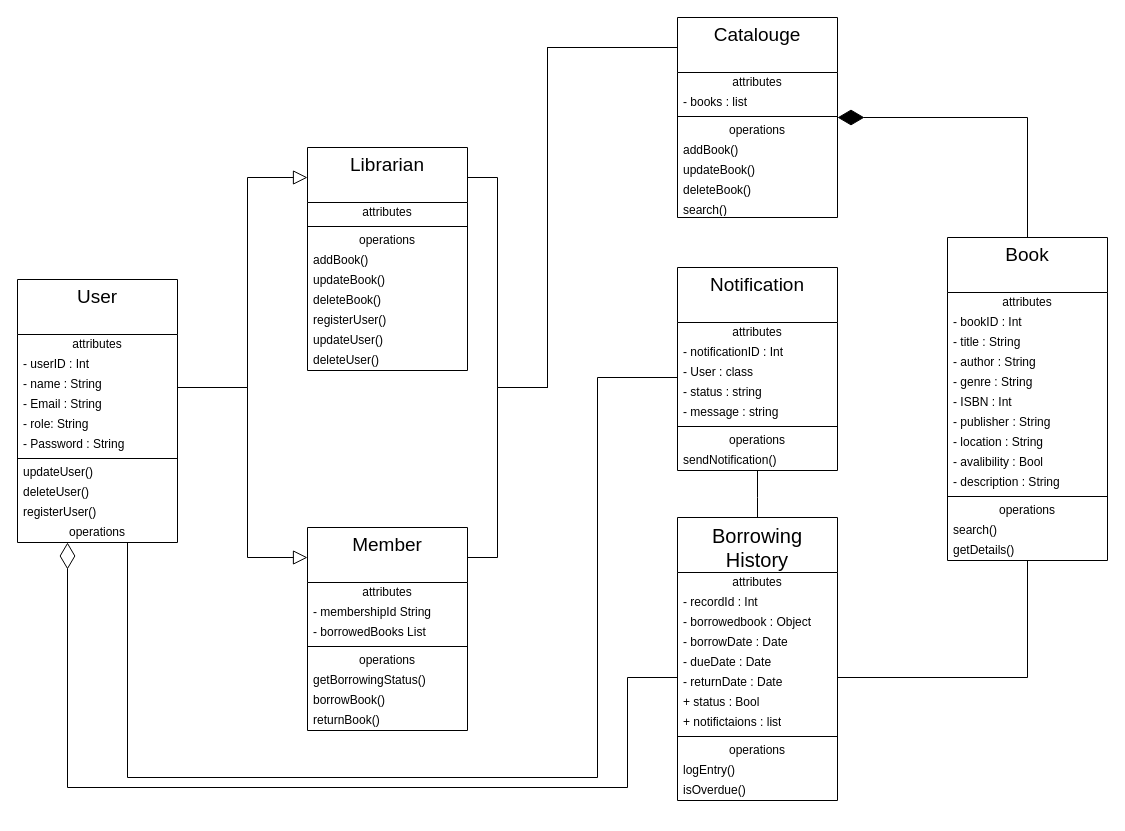
Before: LibraryManagementSystem/documents/LMS Class diagram.dio in mytinycloud/LMS, a draw.io diagram. Source tidied: cells renumbered, new cells numbered last; positions are measured from the earlier drawing's top-left corner, leaving out a move shared by most shapes. Both pictures are drawn from the tidied source at 100%, with x=0, y=0 at pixel (17, 17).
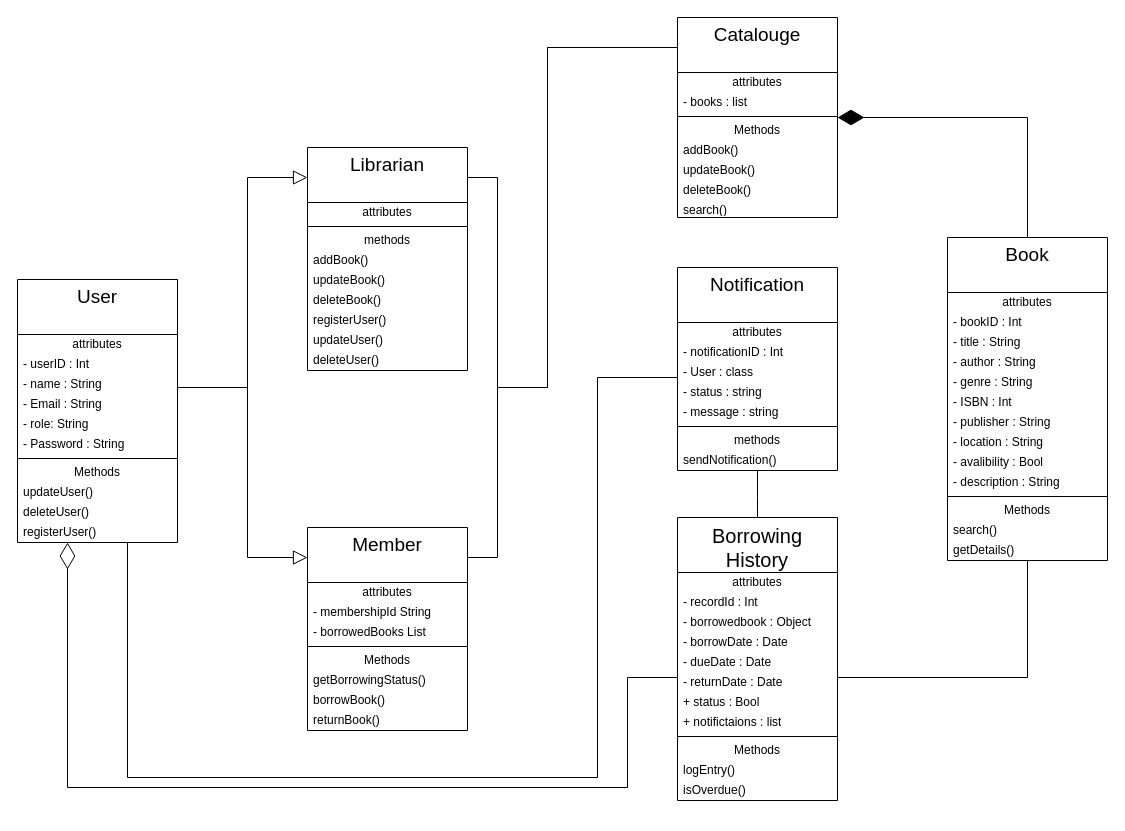
After the change.

The change refers to these unchanged cells:
```xml
<mxCell id="2" value="&lt;font style=&quot;font-size: 19px;&quot;&gt;User&lt;/font&gt;" style="swimlane;fontStyle=0;align=center;verticalAlign=top;horizontal=1;startSize=55;html=1;whiteSpace=wrap;rounded=0;" parent="1" vertex="1">
  <mxGeometry y="262" width="160" height="263" as="geometry" />
</mxCell>
<mxCell id="14" value="&lt;font style=&quot;font-size: 19px;&quot;&gt;Member&lt;/font&gt;" style="swimlane;fontStyle=0;align=center;verticalAlign=top;horizontal=1;startSize=55;html=1;whiteSpace=wrap;rounded=0;" parent="1" vertex="1">
  <mxGeometry x="290" y="510" width="160" height="203" as="geometry" />
</mxCell>
<mxCell id="23" value="&lt;font style=&quot;font-size: 19px;&quot;&gt;Librarian&lt;/font&gt;" style="swimlane;fontStyle=0;align=center;verticalAlign=top;horizontal=1;startSize=55;html=1;whiteSpace=wrap;rounded=0;" parent="1" vertex="1">
  <mxGeometry x="290" y="130" width="160" height="223" as="geometry" />
</mxCell>
<mxCell id="33" value="&lt;font style=&quot;font-size: 19px;&quot;&gt;Book&lt;/font&gt;" style="swimlane;fontStyle=0;align=center;verticalAlign=top;horizontal=1;startSize=55;html=1;whiteSpace=wrap;rounded=0;" parent="1" vertex="1">
  <mxGeometry x="930" y="220" width="160" height="323" as="geometry" />
</mxCell>
<mxCell id="48" value="&lt;div&gt;&lt;span style=&quot;font-size: 19px;&quot;&gt;Catalouge&lt;/span&gt;&lt;/div&gt;" style="swimlane;fontStyle=0;align=center;verticalAlign=top;horizontal=1;startSize=55;html=1;whiteSpace=wrap;rounded=0;" parent="1" vertex="1">
  <mxGeometry x="660" width="160" height="200" as="geometry" />
</mxCell>
<mxCell id="57" value="&lt;font style=&quot;font-size: 19px;&quot;&gt;Notification&lt;/font&gt;" style="swimlane;fontStyle=0;align=center;verticalAlign=top;horizontal=1;startSize=55;html=1;whiteSpace=wrap;rounded=0;" parent="1" vertex="1">
  <mxGeometry x="660" y="250" width="160" height="203" as="geometry" />
</mxCell>
<mxCell id="66" value="&lt;span style=&quot;font-family: sans-serif; font-size: 20px; text-align: start; white-space: pre; background-color: rgb(255, 255, 255);&quot;&gt;Borrowing&lt;/span&gt;&lt;div&gt;&lt;span style=&quot;font-family: sans-serif; font-size: 20px; text-align: start; white-space: pre; background-color: rgb(255, 255, 255);&quot;&gt; History &lt;/span&gt;&lt;/div&gt;" style="swimlane;fontStyle=0;align=center;verticalAlign=top;horizontal=1;startSize=55;html=1;whiteSpace=wrap;rounded=0;" parent="1" vertex="1">
  <mxGeometry x="660" y="500" width="160" height="283" as="geometry" />
</mxCell>
```

What changed in the source:
```diff
@@
+    <mxCell id="13" value="Methods" style="text;html=1;strokeColor=none;fillColor=none;align=center;verticalAlign=middle;spacingLeft=4;spacingRight=4;overflow=hidden;whiteSpace=wrap;rounded=0;" parent="2" vertex="1">
+      <mxGeometry y="183" width="160" height="20" as="geometry" />
+    </mxCell>
     <mxCell id="10" value="updateUser()" style="text;html=1;strokeColor=none;fillColor=none;align=left;verticalAlign=middle;spacingLeft=4;spacingRight=4;overflow=hidden;whiteSpace=wrap;rounded=0;" parent="2" vertex="1">
-      <mxGeometry y="183" width="160" height="20" as="geometry" />
+      <mxGeometry y="203" width="160" height="20" as="geometry" />
     </mxCell>
     <mxCell id="11" value="&lt;span style=&quot;color: rgb(0, 0, 0);&quot;&gt;deleteUser()&lt;/span&gt;" style="text;html=1;strokeColor=none;fillColor=none;align=left;verticalAlign=middle;spacingLeft=4;spacingRight=4;overflow=hidden;whiteSpace=wrap;rounded=0;" parent="2" vertex="1">
-      <mxGeometry y="203" width="160" height="20" as="geometry" />
+      <mxGeometry y="223" width="160" height="20" as="geometry" />
     </mxCell>
     <mxCell id="12" value="&lt;span style=&quot;color: rgb(0, 0, 0);&quot;&gt;registerUser()&lt;/span&gt;" style="text;html=1;strokeColor=none;fillColor=none;align=left;verticalAlign=middle;spacingLeft=4;spacingRight=4;overflow=hidden;whiteSpace=wrap;rounded=0;" parent="2" vertex="1">
-      <mxGeometry y="223" width="160" height="20" as="geometry" />
+      <mxGeometry y="243" width="160" height="20" as="geometry" />
     </mxCell>
-    <mxCell id="13" value="operations" style="text;html=1;strokeColor=none;fillColor=none;align=center;verticalAlign=middle;spacingLeft=4;spacingRight=4;overflow=hidden;whiteSpace=wrap;rounded=0;" parent="2" vertex="1">
-      <mxGeometry y="243" width="160" height="20" as="geometry" />
-    </mxCell>
@@
-    <mxCell id="19" value="operations" style="text;html=1;strokeColor=none;fillColor=none;align=center;verticalAlign=middle;spacingLeft=4;spacingRight=4;overflow=hidden;whiteSpace=wrap;rounded=0;" parent="14" vertex="1">
+    <mxCell id="19" value="Methods" style="text;html=1;strokeColor=none;fillColor=none;align=center;verticalAlign=middle;spacingLeft=4;spacingRight=4;overflow=hidden;whiteSpace=wrap;rounded=0;" parent="14" vertex="1">
       <mxGeometry y="123" width="160" height="20" as="geometry" />
     </mxCell>
@@
-    <mxCell id="26" value="operations" style="text;html=1;strokeColor=none;fillColor=none;align=center;verticalAlign=middle;spacingLeft=4;spacingRight=4;overflow=hidden;whiteSpace=wrap;rounded=0;" parent="23" vertex="1">
+    <mxCell id="26" value="methods" style="text;html=1;strokeColor=none;fillColor=none;align=center;verticalAlign=middle;spacingLeft=4;spacingRight=4;overflow=hidden;whiteSpace=wrap;rounded=0;" parent="23" vertex="1">
       <mxGeometry y="83" width="160" height="20" as="geometry" />
     </mxCell>
@@
-    <mxCell id="45" value="operations" style="text;html=1;strokeColor=none;fillColor=none;align=center;verticalAlign=middle;spacingLeft=4;spacingRight=4;overflow=hidden;whiteSpace=wrap;rounded=0;" parent="33" vertex="1">
+    <mxCell id="45" value="Methods" style="text;html=1;strokeColor=none;fillColor=none;align=center;verticalAlign=middle;spacingLeft=4;spacingRight=4;overflow=hidden;whiteSpace=wrap;rounded=0;" parent="33" vertex="1">
       <mxGeometry y="263" width="160" height="20" as="geometry" />
     </mxCell>
@@
-    <mxCell id="52" value="operations" style="text;html=1;strokeColor=none;fillColor=none;align=center;verticalAlign=middle;spacingLeft=4;spacingRight=4;overflow=hidden;whiteSpace=wrap;rounded=0;" parent="48" vertex="1">
+    <mxCell id="52" value="Methods" style="text;html=1;strokeColor=none;fillColor=none;align=center;verticalAlign=middle;spacingLeft=4;spacingRight=4;overflow=hidden;whiteSpace=wrap;rounded=0;" parent="48" vertex="1">
       <mxGeometry y="103" width="160" height="20" as="geometry" />
     </mxCell>
@@
-    <mxCell id="64" value="operations" style="text;html=1;strokeColor=none;fillColor=none;align=center;verticalAlign=middle;spacingLeft=4;spacingRight=4;overflow=hidden;whiteSpace=wrap;rounded=0;" parent="57" vertex="1">
+    <mxCell id="64" value="methods" style="text;html=1;strokeColor=none;fillColor=none;align=center;verticalAlign=middle;spacingLeft=4;spacingRight=4;overflow=hidden;whiteSpace=wrap;rounded=0;" parent="57" vertex="1">
       <mxGeometry y="163" width="160" height="20" as="geometry" />
     </mxCell>
@@
-    <mxCell id="76" value="operations" style="text;html=1;strokeColor=none;fillColor=none;align=center;verticalAlign=middle;spacingLeft=4;spacingRight=4;overflow=hidden;whiteSpace=wrap;rounded=0;" parent="66" vertex="1">
+    <mxCell id="76" value="Methods" style="text;html=1;strokeColor=none;fillColor=none;align=center;verticalAlign=middle;spacingLeft=4;spacingRight=4;overflow=hidden;whiteSpace=wrap;rounded=0;" parent="66" vertex="1">
       <mxGeometry y="223" width="160" height="20" as="geometry" />
     </mxCell>
```
